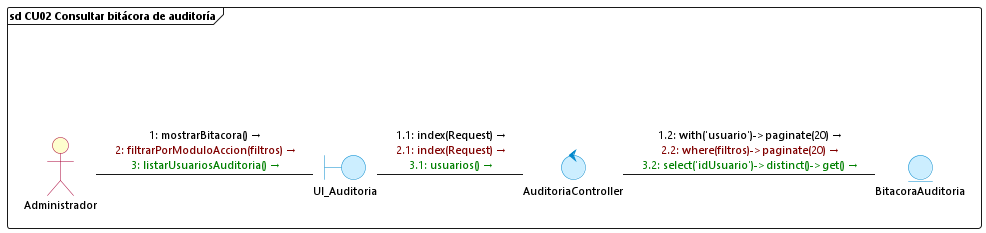
DiogoMars777/TELCOM-2.0 keeps this PlantUML diagram as diagramas/comunicacion/cu02_consultar_bitacora_auditoria.png. Above is the earlier version.
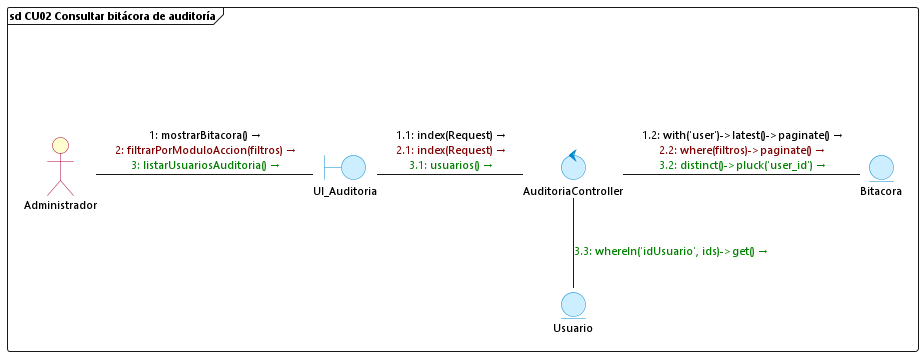
The same diagram one commit later.

Change to the diagram source:
```diff
@@ -15,10 +15,11 @@
 
 frame "sd CU02 Consultar bitácora de auditoría" {
     () " " as spacer
-    actor Administrador
+    actor "Administrador" as Administrador
     boundary UI_Auditoria
     control AuditoriaController
-    entity BitacoraAuditoria
+    entity Bitacora
+    entity Usuario
 
     spacer -[hidden]down- Administrador
 
@@ -26,6 +27,8 @@
 
     UI_Auditoria -right- AuditoriaController : <font color=#000000>1.1: index(Request) →</font>\n<font color=#800000>2.1: index(Request) →</font>\n<font color=#008000>3.1: usuarios() →</font>
 
-    AuditoriaController -right- BitacoraAuditoria : <font color=#000000>1.2: with('usuario')->paginate(20) →</font>\n<font color=#800000>2.2: where(filtros)->paginate(20) →</font>\n<font color=#008000>3.2: select('idUsuario')->distinct()->get() →</font>
+    AuditoriaController -right- Bitacora : <font color=#000000>1.2: with('user')->latest()->paginate() →</font>\n<font color=#800000>2.2: where(filtros)->paginate() →</font>\n<font color=#008000>3.2: distinct()->pluck('user_id') →</font>
+
+    AuditoriaController -down- Usuario : <font color=#008000>3.3: whereIn('idUsuario', ids)->get() →</font>
 }
 @enduml
```
